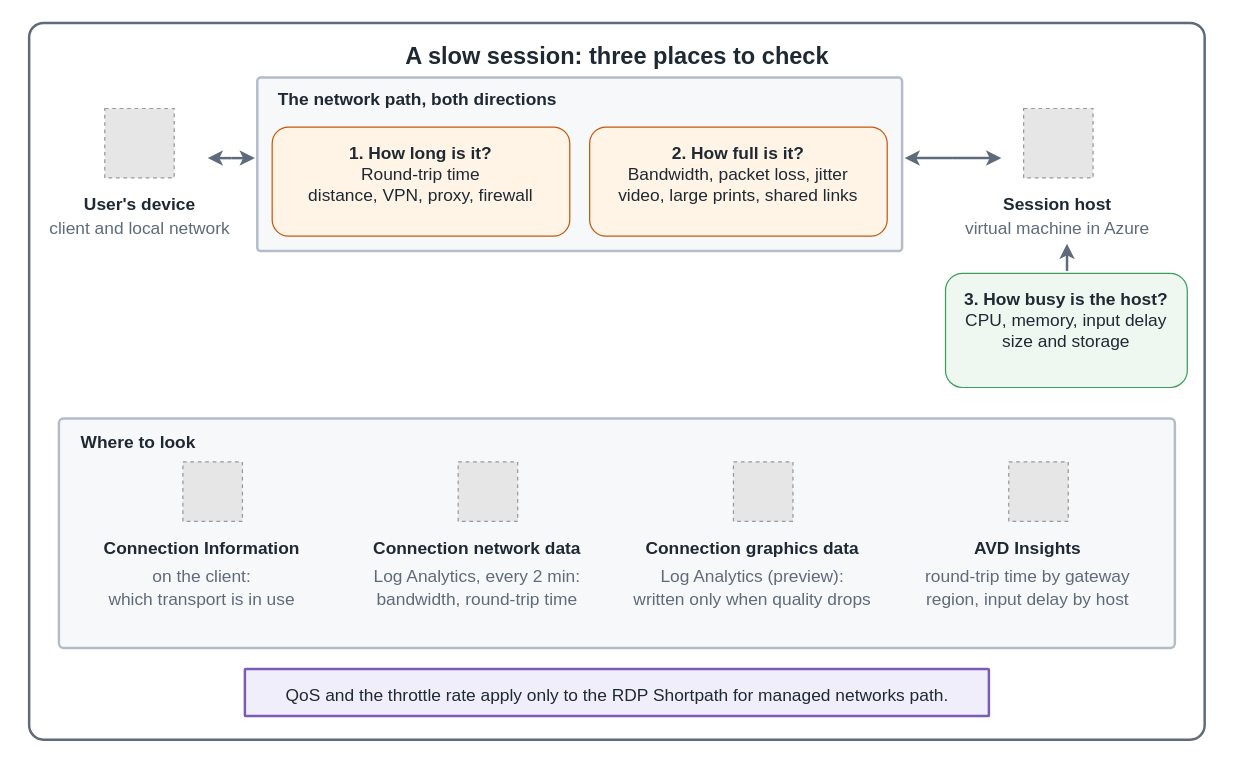
This is src/img/avd/AVD-Session-Quality-Checks.drawio from AddySidd27/cloud-ai-notes, a draw.io file, before an edit. Source tidied: cells renumbered, new cells numbered last; positions are measured from the earlier drawing's top-left corner, leaving out a move shared by most shapes. Both pictures are drawn from the tidied source at 124%, with x=0, y=0 at pixel (21, 22). Pictures stored in the file or linked from it are replaced by grey dashed boxes.
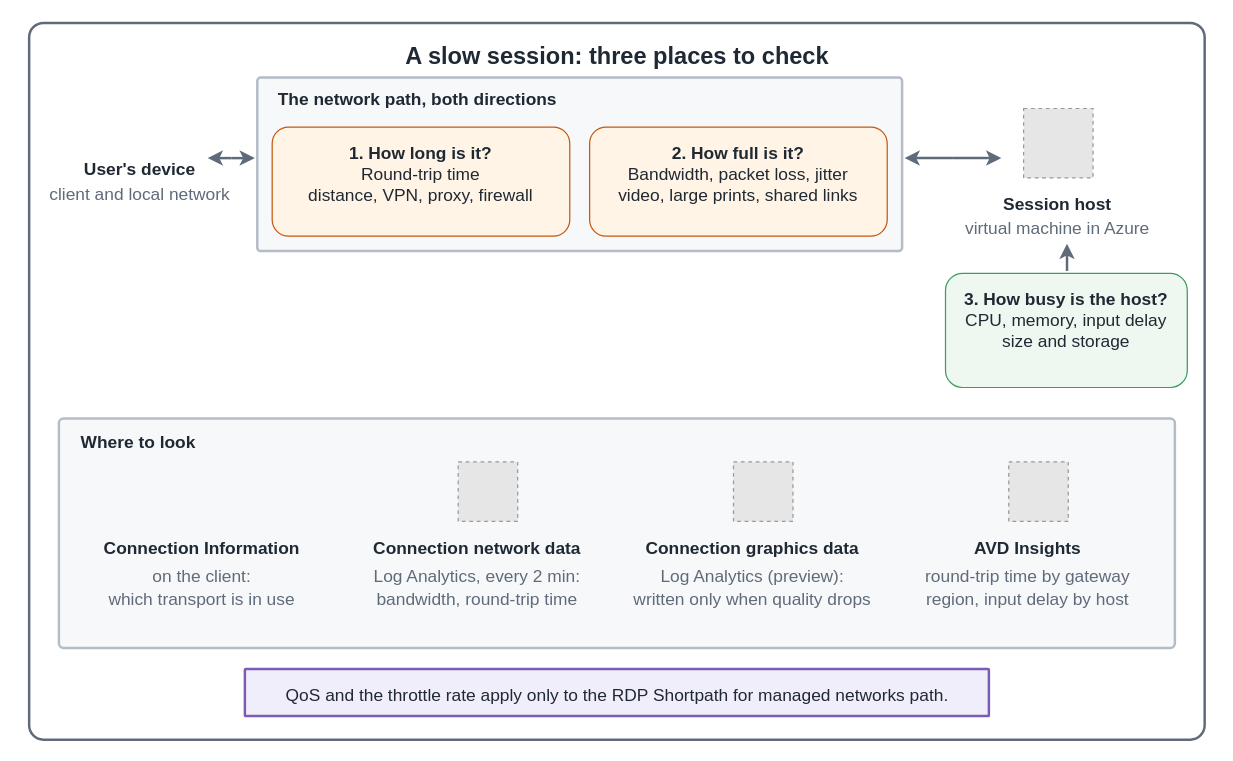
The same diagram, later.

Change to the diagram source:
```diff
@@
-    <mxCell id="4" style="fillColor=#E6E6E6;strokeColor=#999999;dashed=1;html=1;" parent="1" vertex="1">
-      <mxGeometry x="67" y="69" width="56" height="56" as="geometry" />
-    </mxCell>
     <mxCell id="5" value="&lt;b&gt;User&amp;#x27;s device&lt;/b&gt;" style="text;html=1;align=center;verticalAlign=middle;fontSize=14;fontColor=#1f2933;" parent="1" vertex="1">
-      <mxGeometry x="10" y="134" width="170" height="24" as="geometry" />
+      <mxGeometry x="10" y="106" width="170" height="24" as="geometry" />
     </mxCell>
     <mxCell id="6" value="client and local network" style="text;html=1;align=center;verticalAlign=middle;fontSize=14;fontColor=#5f6b7a;" parent="1" vertex="1">
-      <mxGeometry x="10" y="154" width="170" height="24" as="geometry" />
+      <mxGeometry x="10" y="126" width="170" height="24" as="geometry" />
     </mxCell>
@@
-    <mxCell id="22" style="fillColor=#E6E6E6;strokeColor=#999999;dashed=1;html=1;" parent="1" vertex="1">
-      <mxGeometry x="130" y="354" width="48" height="48" as="geometry" />
-    </mxCell>
```
